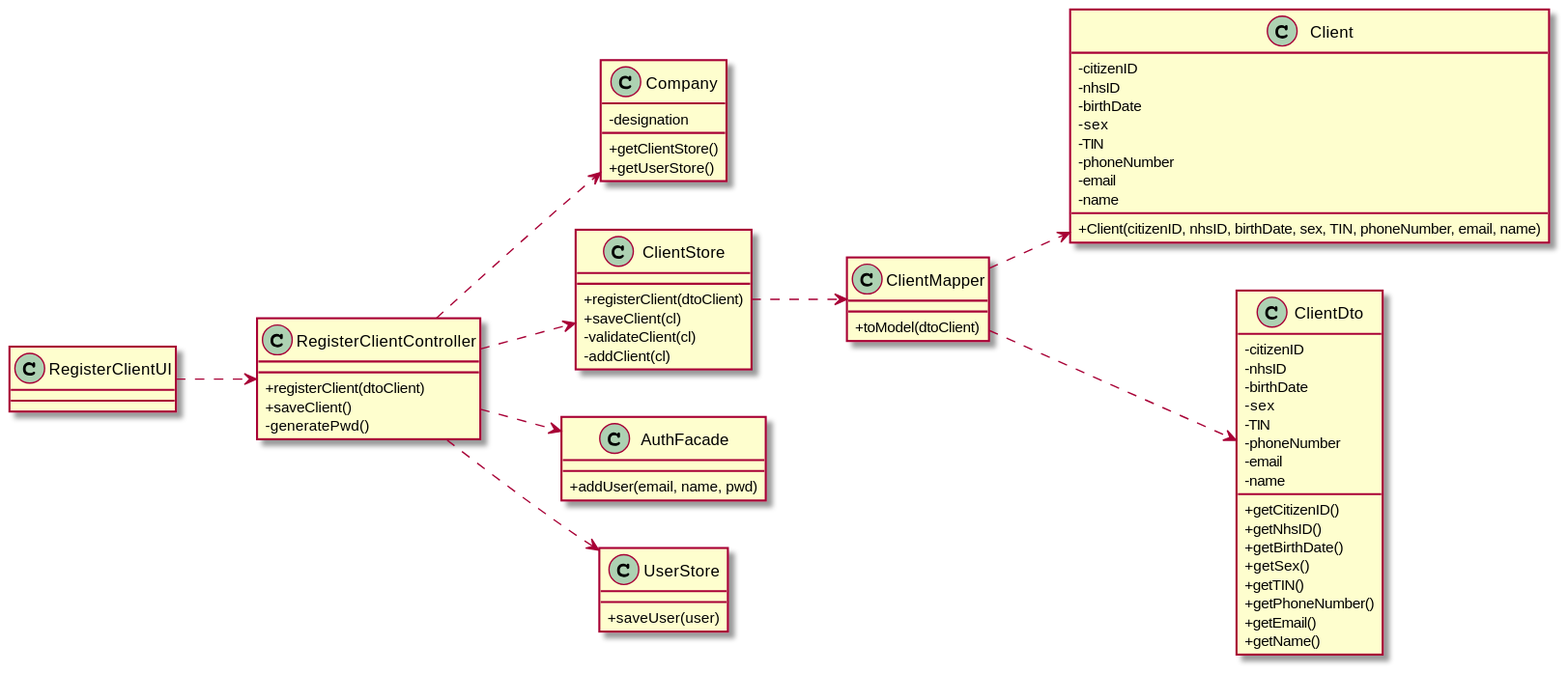
This is docs/SprintB/US03/US03-CD.svg from 0franciscor/lei-21-s2-1de-g19, a PlantUML export, as it was before one commit.
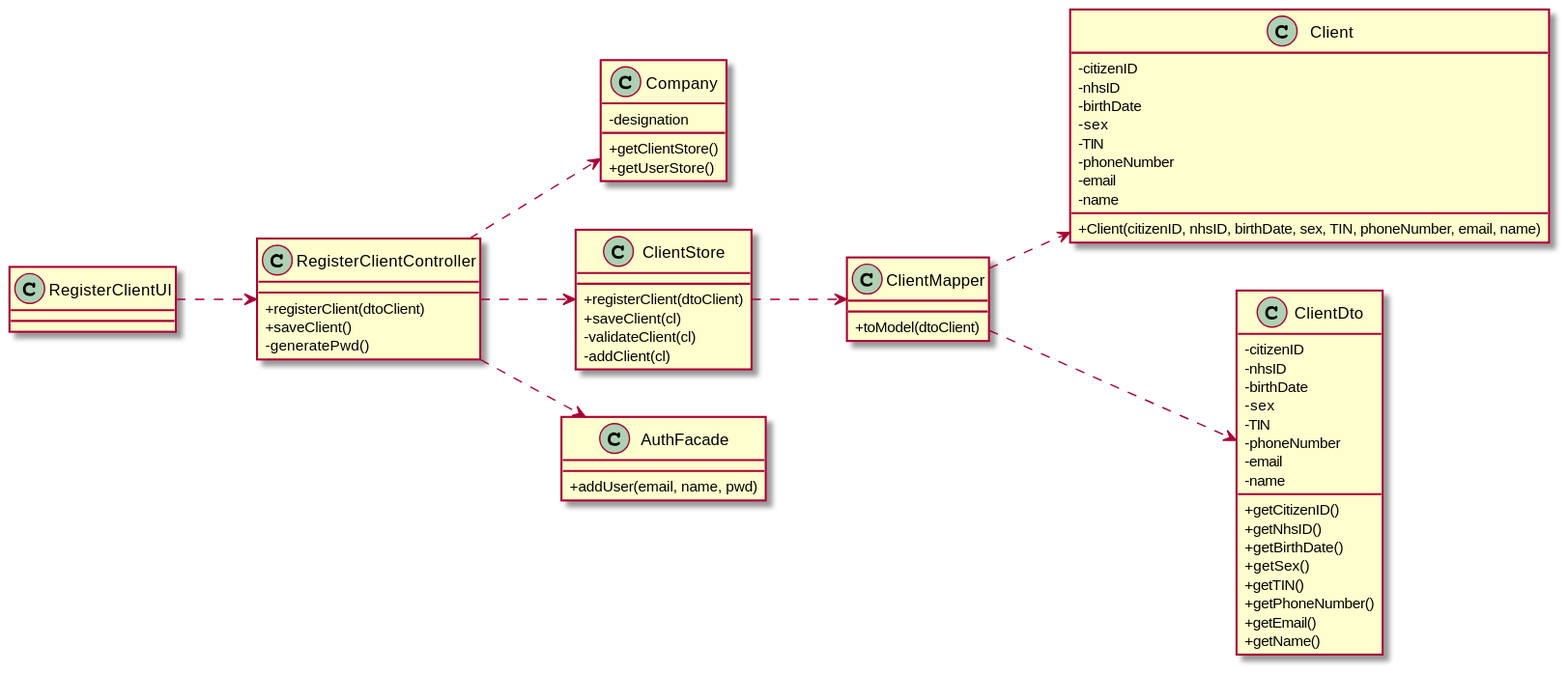
Above is the later version.

The edit, as a diff of the source:
```diff
@@ -58,10 +58,6 @@
 +getName()
 }
 
-class "UserStore" as US {
-+saveUser(user)
-}
-
 class "ClientMapper" as CM {
 +toModel(dtoClient)
 }
@@ -73,5 +69,5 @@
 CM ..> CDTO
 CM ..> cl
 RCC ..> AF
-RCC ..> US
+
 @enduml
```
